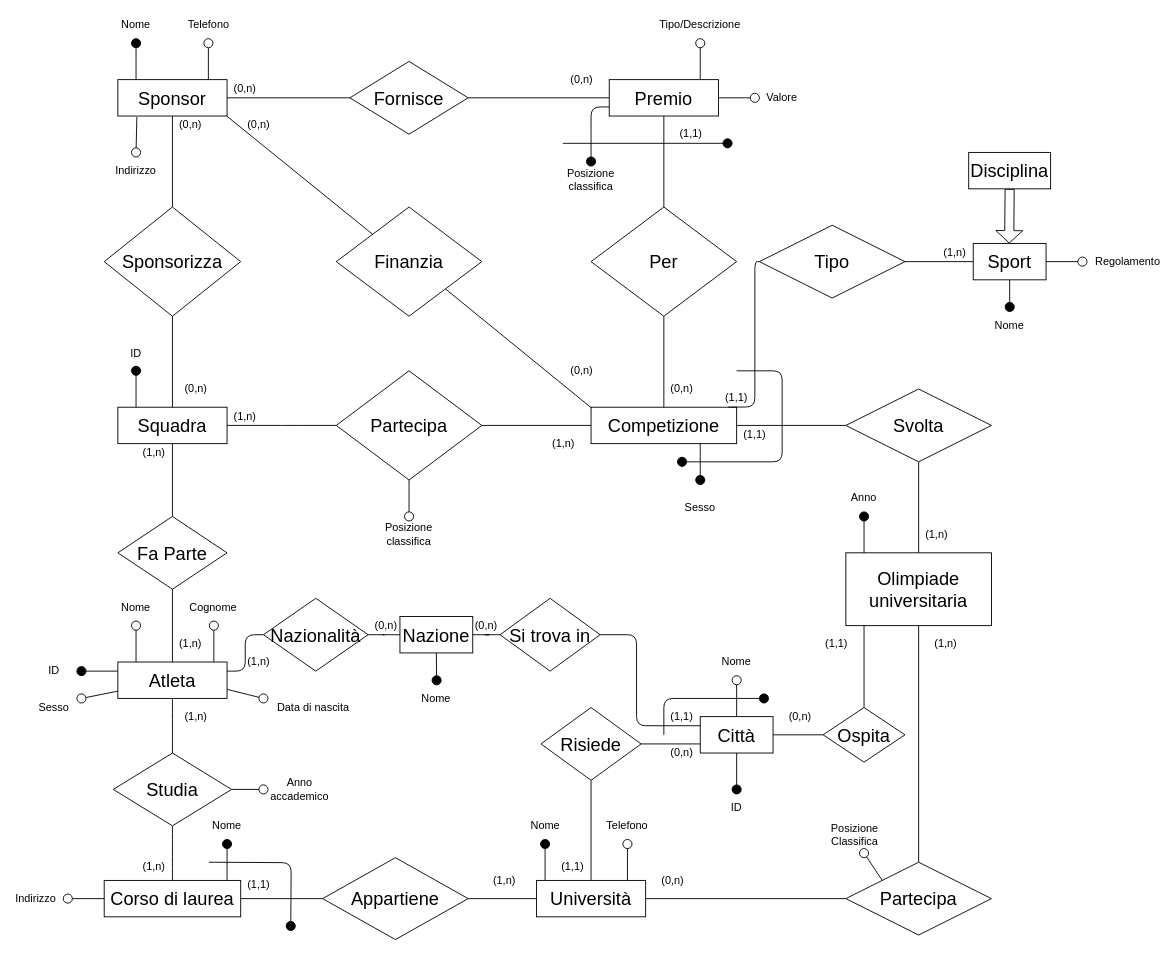
Above: page "Schema E-R" (1 of 3) of Olimpiadi studentesche.drawio in giovannivelludo/database-project (draw.io), before the change. Source tidied: cells renumbered, new cells numbered last; positions are measured from the earlier drawing's top-left corner, leaving out a move shared by most shapes. Both pictures are drawn from the tidied source at 91%, with x=0, y=0 at pixel (17, 15).
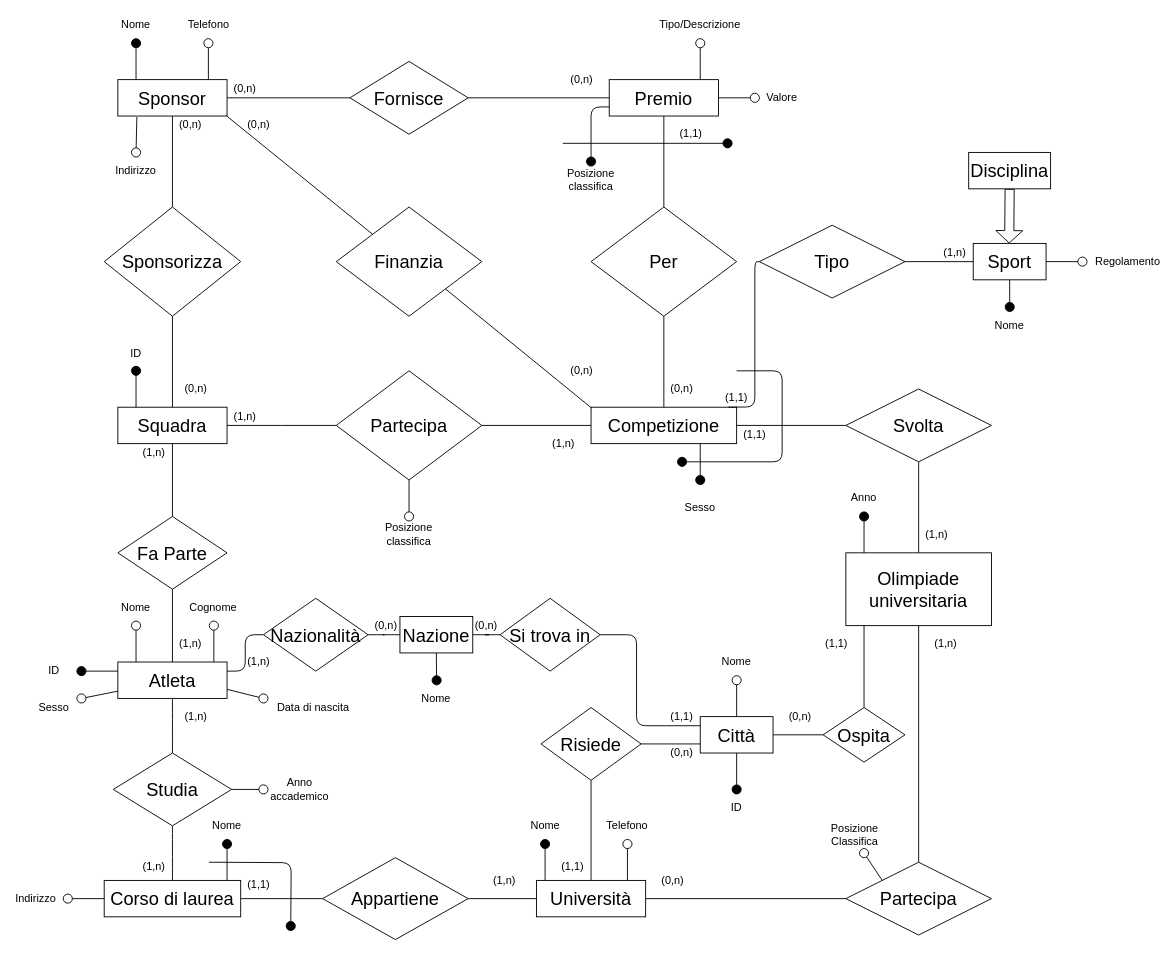
Above is the later version.

Commit message:
Città ha un ID, quindi non è più entità debole

Change to the diagram source:
```diff
@@
-    <mxCell id="128" style="endArrow=oval;html=1;strokeColor=#000000;strokeWidth=1;edgeStyle=orthogonalEdgeStyle;endFill=1;endSize=10;" parent="1" edge="1">
-      <mxGeometry relative="1" as="geometry">
-        <mxPoint x="710" y="790" as="sourcePoint" />
-        <mxPoint x="820" y="750" as="targetPoint" />
-        <Array as="points">
-          <mxPoint x="710" y="750" />
-          <mxPoint x="820" y="750" />
-        </Array>
-      </mxGeometry>
-    </mxCell>
```
